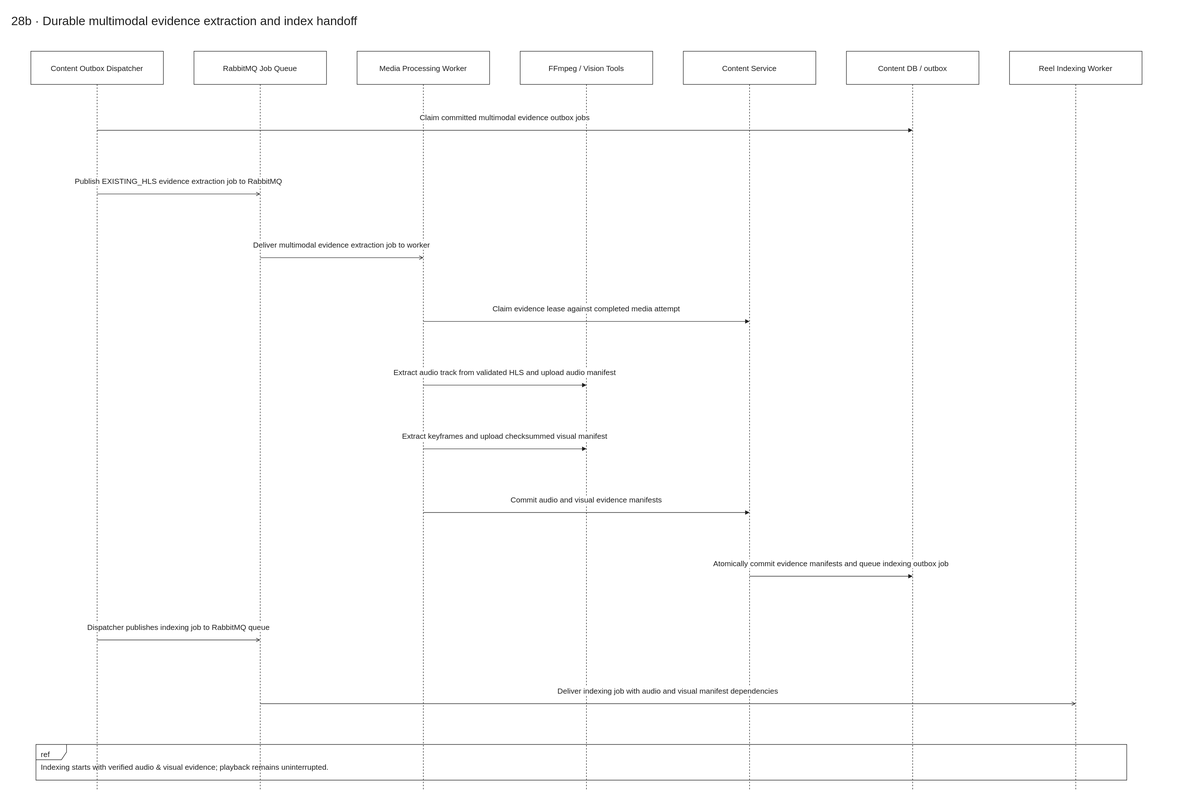
HieuCuteDangYeu/velora-backend keeps this draw.io diagram as docs/diagrams/velora-current/importable-svg/28b-media-evidence-pipeline.drawio.svg. Above is the earlier version. Source tidied: cells renumbered, new cells last; positions are measured from the earlier drawing's top-left corner, leaving out a move shared by most shapes.
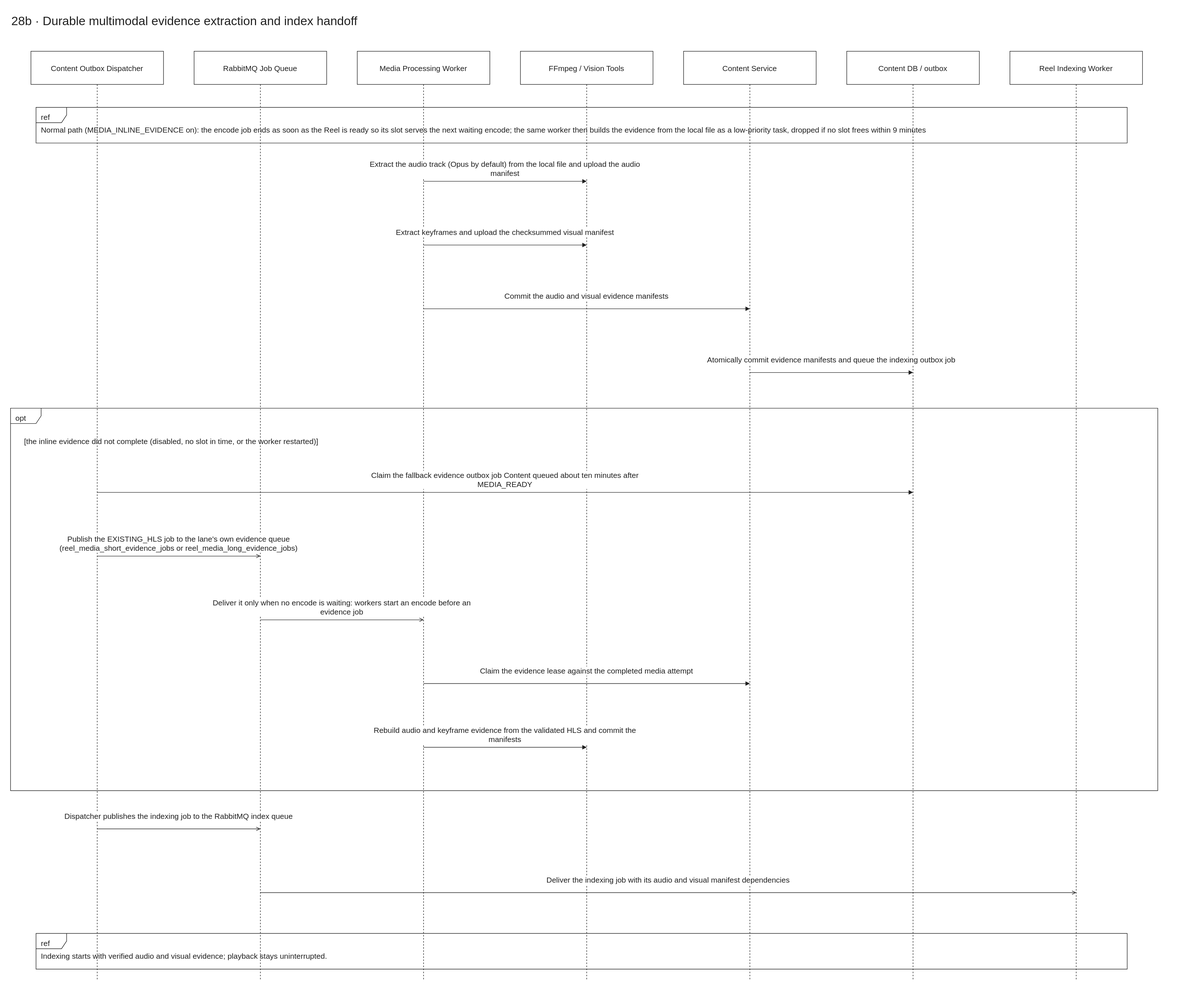
After the change.

Change to the diagram source:
```diff
@@ -2,48 +2,48 @@
   <root>
     <mxCell id="0" />
     <mxCell id="1" parent="0" />
+    <mxCell id="29" style="html=1;fontFamily=Arial;fontSize=15;fontColor=light-dark(#202020,#eeeeee);strokeColor=light-dark(#202020,#eeeeee);dashed=1;endArrow=none;" parent="1" edge="1">
+      <mxGeometry relative="1" as="geometry">
+        <mxPoint x="2090" y="145" as="sourcePoint" />
+        <mxPoint x="2090" y="1900" as="targetPoint" />
+      </mxGeometry>
+    </mxCell>
+    <mxCell id="30" style="html=1;fontFamily=Arial;fontSize=15;fontColor=light-dark(#202020,#eeeeee);strokeColor=light-dark(#202020,#eeeeee);dashed=1;endArrow=none;" parent="1" edge="1">
+      <mxGeometry relative="1" as="geometry">
+        <mxPoint x="1770" y="145" as="sourcePoint" />
+        <mxPoint x="1770" y="1900" as="targetPoint" />
+      </mxGeometry>
+    </mxCell>
+    <mxCell id="31" style="html=1;fontFamily=Arial;fontSize=15;fontColor=light-dark(#202020,#eeeeee);strokeColor=light-dark(#202020,#eeeeee);dashed=1;endArrow=none;" parent="1" edge="1">
+      <mxGeometry relative="1" as="geometry">
+        <mxPoint x="1450" y="145" as="sourcePoint" />
+        <mxPoint x="1450" y="1900" as="targetPoint" />
+      </mxGeometry>
+    </mxCell>
+    <mxCell id="32" style="html=1;fontFamily=Arial;fontSize=15;fontColor=light-dark(#202020,#eeeeee);strokeColor=light-dark(#202020,#eeeeee);dashed=1;endArrow=none;" parent="1" edge="1">
+      <mxGeometry relative="1" as="geometry">
+        <mxPoint x="1130" y="145" as="sourcePoint" />
+        <mxPoint x="1130" y="1900" as="targetPoint" />
+      </mxGeometry>
+    </mxCell>
+    <mxCell id="33" style="html=1;fontFamily=Arial;fontSize=15;fontColor=light-dark(#202020,#eeeeee);strokeColor=light-dark(#202020,#eeeeee);dashed=1;endArrow=none;" parent="1" edge="1">
+      <mxGeometry relative="1" as="geometry">
+        <mxPoint x="810" y="145" as="sourcePoint" />
+        <mxPoint x="810" y="1900" as="targetPoint" />
+      </mxGeometry>
+    </mxCell>
     <mxCell id="2" style="html=1;fontFamily=Arial;fontSize=15;fontColor=light-dark(#202020,#eeeeee);strokeColor=light-dark(#202020,#eeeeee);dashed=1;endArrow=none;" parent="1" edge="1">
       <mxGeometry relative="1" as="geometry">
-        <mxPoint x="2090" y="145" as="sourcePoint" />
-        <mxPoint x="2090" y="1530" as="targetPoint" />
+        <mxPoint x="490" y="145" as="sourcePoint" />
+        <mxPoint x="490" y="1900" as="targetPoint" />
       </mxGeometry>
     </mxCell>
     <mxCell id="3" style="html=1;fontFamily=Arial;fontSize=15;fontColor=light-dark(#202020,#eeeeee);strokeColor=light-dark(#202020,#eeeeee);dashed=1;endArrow=none;" parent="1" edge="1">
       <mxGeometry relative="1" as="geometry">
-        <mxPoint x="1770" y="145" as="sourcePoint" />
-        <mxPoint x="1770" y="1530" as="targetPoint" />
+        <mxPoint x="170" y="145" as="sourcePoint" />
+        <mxPoint x="170" y="1900" as="targetPoint" />
       </mxGeometry>
     </mxCell>
-    <mxCell id="4" style="html=1;fontFamily=Arial;fontSize=15;fontColor=light-dark(#202020,#eeeeee);strokeColor=light-dark(#202020,#eeeeee);dashed=1;endArrow=none;" parent="1" edge="1">
-      <mxGeometry relative="1" as="geometry">
-        <mxPoint x="1450" y="145" as="sourcePoint" />
-        <mxPoint x="1450" y="1530" as="targetPoint" />
-      </mxGeometry>
-    </mxCell>
-    <mxCell id="5" style="html=1;fontFamily=Arial;fontSize=15;fontColor=light-dark(#202020,#eeeeee);strokeColor=light-dark(#202020,#eeeeee);dashed=1;endArrow=none;" parent="1" edge="1">
-      <mxGeometry relative="1" as="geometry">
-        <mxPoint x="1130" y="145" as="sourcePoint" />
-        <mxPoint x="1130" y="1530" as="targetPoint" />
-      </mxGeometry>
-    </mxCell>
-    <mxCell id="6" style="html=1;fontFamily=Arial;fontSize=15;fontColor=light-dark(#202020,#eeeeee);strokeColor=light-dark(#202020,#eeeeee);dashed=1;endArrow=none;" parent="1" edge="1">
-      <mxGeometry relative="1" as="geometry">
-        <mxPoint x="810" y="145" as="sourcePoint" />
-        <mxPoint x="810" y="1530" as="targetPoint" />
-      </mxGeometry>
-    </mxCell>
-    <mxCell id="7" style="html=1;fontFamily=Arial;fontSize=15;fontColor=light-dark(#202020,#eeeeee);strokeColor=light-dark(#202020,#eeeeee);dashed=1;endArrow=none;" parent="1" edge="1">
-      <mxGeometry relative="1" as="geometry">
-        <mxPoint x="490" y="145" as="sourcePoint" />
-        <mxPoint x="490" y="1530" as="targetPoint" />
-      </mxGeometry>
-    </mxCell>
-    <mxCell id="8" style="html=1;fontFamily=Arial;fontSize=15;fontColor=light-dark(#202020,#eeeeee);strokeColor=light-dark(#202020,#eeeeee);dashed=1;endArrow=none;" parent="1" edge="1">
-      <mxGeometry relative="1" as="geometry">
-        <mxPoint x="170" y="145" as="sourcePoint" />
-        <mxPoint x="170" y="1530" as="targetPoint" />
-      </mxGeometry>
-    </mxCell>
     <mxCell id="9" value="28b · Durable multimodal evidence extraction and index handoff" style="html=1;fontFamily=Arial;fontSize=15;fontColor=light-dark(#202020,#eeeeee);strokeColor=light-dark(#202020,#eeeeee);text;fontSize=24;align=left;strokeColor=none;fillColor=none;" parent="1" vertex="1">
       <mxGeometry width="2250" height="50" as="geometry" />
     </mxCell>
@@ -68,81 +68,100 @@
     <mxCell id="16" value="Reel Indexing Worker" style="html=1;fontFamily=Arial;fontSize=15;fontColor=light-dark(#202020,#eeeeee);strokeColor=light-dark(#202020,#eeeeee);rounded=0;fillColor=#ffffff;whiteSpace=wrap;align=center;verticalAlign=middle;" parent="1" vertex="1">
       <mxGeometry x="1960" y="80" width="260" height="65" as="geometry" />
     </mxCell>
-    <mxCell id="17" value="Claim committed multimodal evidence outbox jobs" style="html=1;fontFamily=Arial;fontSize=15;fontColor=light-dark(#202020,#eeeeee);strokeColor=light-dark(#202020,#eeeeee);endArrow=block;endFill=1;labelBackgroundColor=#ffffff;labelWidth=550;whiteSpace=wrap;align=center;" parent="1" edge="1">
-      <mxGeometry relative="1" as="geometry">
-        <mxPoint x="170" y="235" as="sourcePoint" />
-        <mxPoint x="1770" y="235" as="targetPoint" />
-        <mxPoint y="-25" as="offset" />
-      </mxGeometry>
+    <mxCell id="17" value="ref" style="html=1;fontFamily=Arial;fontSize=15;fontColor=light-dark(#202020,#eeeeee);strokeColor=light-dark(#202020,#eeeeee);shape=umlFrame;fillColor=light-dark(#ffffff,#181818);align=left;verticalAlign=top;spacingLeft=8;spacingTop=4;" parent="1" vertex="1">
+      <mxGeometry x="50" y="190" width="2140" height="70" as="geometry" />
     </mxCell>
-    <mxCell id="18" value="Publish EXISTING_HLS evidence extraction job to RabbitMQ" style="html=1;fontFamily=Arial;fontSize=15;fontColor=light-dark(#202020,#eeeeee);strokeColor=light-dark(#202020,#eeeeee);endArrow=open;endFill=0;labelBackgroundColor=#ffffff;labelWidth=550;whiteSpace=wrap;align=center;" parent="1" edge="1">
-      <mxGeometry relative="1" as="geometry">
-        <mxPoint x="170" y="360" as="sourcePoint" />
-        <mxPoint x="490" y="360" as="targetPoint" />
-        <mxPoint y="-25" as="offset" />
-      </mxGeometry>
+    <mxCell id="18" value="Normal path (MEDIA_INLINE_EVIDENCE on): the encode job ends as soon as the Reel is ready so its slot serves the next waiting encode; the same worker then builds the evidence from the local file as a low-priority task, dropped if no slot frees within 9 minutes" style="html=1;fontFamily=Arial;fontSize=15;fontColor=light-dark(#202020,#eeeeee);strokeColor=light-dark(#202020,#eeeeee);text;whiteSpace=wrap;align=left;verticalAlign=middle;strokeColor=none;fillColor=none;" parent="1" vertex="1">
+      <mxGeometry x="58" y="212" width="2120" height="44" as="geometry" />
     </mxCell>
-    <mxCell id="19" value="Deliver multimodal evidence extraction job to worker" style="html=1;fontFamily=Arial;fontSize=15;fontColor=light-dark(#202020,#eeeeee);strokeColor=light-dark(#202020,#eeeeee);endArrow=open;endFill=0;labelBackgroundColor=#ffffff;labelWidth=550;whiteSpace=wrap;align=center;" parent="1" edge="1">
+    <mxCell id="19" value="Extract the audio track (Opus by default) from the local file and upload the audio manifest" style="html=1;fontFamily=Arial;fontSize=15;fontColor=light-dark(#202020,#eeeeee);strokeColor=light-dark(#202020,#eeeeee);endArrow=block;endFill=1;labelBackgroundColor=#ffffff;labelWidth=550;whiteSpace=wrap;align=center;" parent="1" edge="1">
       <mxGeometry relative="1" as="geometry">
-        <mxPoint x="490" y="485" as="sourcePoint" />
-        <mxPoint x="810" y="485" as="targetPoint" />
+        <mxPoint x="810" y="335" as="sourcePoint" />
+        <mxPoint x="1130" y="335" as="targetPoint" />
         <mxPoint y="-25" as="offset" />
       </mxGeometry>
     </mxCell>
-    <mxCell id="20" value="Claim evidence lease against completed media attempt" style="html=1;fontFamily=Arial;fontSize=15;fontColor=light-dark(#202020,#eeeeee);strokeColor=light-dark(#202020,#eeeeee);endArrow=block;endFill=1;labelBackgroundColor=#ffffff;labelWidth=550;whiteSpace=wrap;align=center;" parent="1" edge="1">
+    <mxCell id="20" value="Extract keyframes and upload the checksummed visual manifest" style="html=1;fontFamily=Arial;fontSize=15;fontColor=light-dark(#202020,#eeeeee);strokeColor=light-dark(#202020,#eeeeee);endArrow=block;endFill=1;labelBackgroundColor=#ffffff;labelWidth=550;whiteSpace=wrap;align=center;" parent="1" edge="1">
       <mxGeometry relative="1" as="geometry">
-        <mxPoint x="810" y="610" as="sourcePoint" />
-        <mxPoint x="1450" y="610" as="targetPoint" />
+        <mxPoint x="810" y="460" as="sourcePoint" />
+        <mxPoint x="1130" y="460" as="targetPoint" />
         <mxPoint y="-25" as="offset" />
       </mxGeometry>
     </mxCell>
-    <mxCell id="21" value="Extract audio track from validated HLS and upload audio manifest" style="html=1;fontFamily=Arial;fontSize=15;fontColor=light-dark(#202020,#eeeeee);strokeColor=light-dark(#202020,#eeeeee);endArrow=block;endFill=1;labelBackgroundColor=#ffffff;labelWidth=550;whiteSpace=wrap;align=center;" parent="1" edge="1">
+    <mxCell id="21" value="Commit the audio and visual evidence manifests" style="html=1;fontFamily=Arial;fontSize=15;fontColor=light-dark(#202020,#eeeeee);strokeColor=light-dark(#202020,#eeeeee);endArrow=block;endFill=1;labelBackgroundColor=#ffffff;labelWidth=550;whiteSpace=wrap;align=center;" parent="1" edge="1">
       <mxGeometry relative="1" as="geometry">
-        <mxPoint x="810" y="735" as="sourcePoint" />
-        <mxPoint x="1130" y="735" as="targetPoint" />
+        <mxPoint x="810" y="585" as="sourcePoint" />
+        <mxPoint x="1450" y="585" as="targetPoint" />
         <mxPoint y="-25" as="offset" />
       </mxGeometry>
     </mxCell>
-    <mxCell id="22" value="Extract keyframes and upload checksummed visual manifest" style="html=1;fontFamily=Arial;fontSize=15;fontColor=light-dark(#202020,#eeeeee);strokeColor=light-dark(#202020,#eeeeee);endArrow=block;endFill=1;labelBackgroundColor=#ffffff;labelWidth=550;whiteSpace=wrap;align=center;" parent="1" edge="1">
+    <mxCell id="22" value="Atomically commit evidence manifests and queue the indexing outbox job" style="html=1;fontFamily=Arial;fontSize=15;fontColor=light-dark(#202020,#eeeeee);strokeColor=light-dark(#202020,#eeeeee);endArrow=block;endFill=1;labelBackgroundColor=#ffffff;labelWidth=550;whiteSpace=wrap;align=center;" parent="1" edge="1">
       <mxGeometry relative="1" as="geometry">
-        <mxPoint x="810" y="860" as="sourcePoint" />
-        <mxPoint x="1130" y="860" as="targetPoint" />
+        <mxPoint x="1450" y="710" as="sourcePoint" />
+        <mxPoint x="1770" y="710" as="targetPoint" />
         <mxPoint y="-25" as="offset" />
       </mxGeometry>
     </mxCell>
-    <mxCell id="23" value="Commit audio and visual evidence manifests" style="html=1;fontFamily=Arial;fontSize=15;fontColor=light-dark(#202020,#eeeeee);strokeColor=light-dark(#202020,#eeeeee);endArrow=block;endFill=1;labelBackgroundColor=#ffffff;labelWidth=550;whiteSpace=wrap;align=center;" parent="1" edge="1">
-      <mxGeometry relative="1" as="geometry">
-        <mxPoint x="810" y="985" as="sourcePoint" />
-        <mxPoint x="1450" y="985" as="targetPoint" />
-        <mxPoint y="-25" as="offset" />
-      </mxGeometry>
+    <mxCell id="23" value="opt" style="html=1;fontFamily=Arial;fontSize=15;fontColor=light-dark(#202020,#eeeeee);strokeColor=light-dark(#202020,#eeeeee);shape=umlFrame;fillColor=none;align=left;verticalAlign=top;spacingLeft=8;spacingTop=4;" parent="1" vertex="1">
+      <mxGeometry y="780" width="2250" height="750" as="geometry" />
     </mxCell>
-    <mxCell id="24" value="Atomically commit evidence manifests and queue indexing outbox job" style="html=1;fontFamily=Arial;fontSize=15;fontColor=light-dark(#202020,#eeeeee);strokeColor=light-dark(#202020,#eeeeee);endArrow=block;endFill=1;labelBackgroundColor=#ffffff;labelWidth=550;whiteSpace=wrap;align=center;" parent="1" edge="1">
-      <mxGeometry relative="1" as="geometry">
-        <mxPoint x="1450" y="1110" as="sourcePoint" />
-        <mxPoint x="1770" y="1110" as="targetPoint" />
-        <mxPoint y="-25" as="offset" />
-      </mxGeometry>
+    <mxCell id="24" value="[the inline evidence did not complete (disabled, no slot in time, or the worker restarted)]" style="html=1;fontFamily=Arial;fontSize=15;fontColor=light-dark(#202020,#eeeeee);strokeColor=light-dark(#202020,#eeeeee);text;whiteSpace=wrap;align=left;strokeColor=none;fillColor=none;" parent="1" vertex="1">
+      <mxGeometry x="25" y="830" width="2190" height="45" as="geometry" />
     </mxCell>
-    <mxCell id="25" value="Dispatcher publishes indexing job to RabbitMQ queue" style="html=1;fontFamily=Arial;fontSize=15;fontColor=light-dark(#202020,#eeeeee);strokeColor=light-dark(#202020,#eeeeee);endArrow=open;endFill=0;labelBackgroundColor=#ffffff;labelWidth=550;whiteSpace=wrap;align=center;" parent="1" edge="1">
+    <mxCell id="25" value="Claim the fallback evidence outbox job Content queued about ten minutes after MEDIA_READY" style="html=1;fontFamily=Arial;fontSize=15;fontColor=light-dark(#202020,#eeeeee);strokeColor=light-dark(#202020,#eeeeee);endArrow=block;endFill=1;labelBackgroundColor=#ffffff;labelWidth=550;whiteSpace=wrap;align=center;" parent="1" edge="1">
       <mxGeometry relative="1" as="geometry">
-        <mxPoint x="170" y="1235" as="sourcePoint" />
-        <mxPoint x="490" y="1235" as="targetPoint" />
+        <mxPoint x="170" y="945" as="sourcePoint" />
+        <mxPoint x="1770" y="945" as="targetPoint" />
         <mxPoint y="-25" as="offset" />
       </mxGeometry>
     </mxCell>
-    <mxCell id="26" value="Deliver indexing job with audio and visual manifest dependencies" style="html=1;fontFamily=Arial;fontSize=15;fontColor=light-dark(#202020,#eeeeee);strokeColor=light-dark(#202020,#eeeeee);endArrow=open;endFill=0;labelBackgroundColor=#ffffff;labelWidth=550;whiteSpace=wrap;align=center;" parent="1" edge="1">
+    <mxCell id="26" value="Publish the EXISTING_HLS job to the lane&amp;#x27;s own evidence queue (reel_media_short_evidence_jobs or reel_media_long_evidence_jobs)" style="html=1;fontFamily=Arial;fontSize=15;fontColor=light-dark(#202020,#eeeeee);strokeColor=light-dark(#202020,#eeeeee);endArrow=open;endFill=0;labelBackgroundColor=#ffffff;labelWidth=550;whiteSpace=wrap;align=center;" parent="1" edge="1">
       <mxGeometry relative="1" as="geometry">
-        <mxPoint x="490" y="1360" as="sourcePoint" />
-        <mxPoint x="2090" y="1360" as="targetPoint" />
+        <mxPoint x="170" y="1070" as="sourcePoint" />
+        <mxPoint x="490" y="1070" as="targetPoint" />
         <mxPoint y="-25" as="offset" />
       </mxGeometry>
     </mxCell>
-    <mxCell id="27" value="ref" style="html=1;fontFamily=Arial;fontSize=15;fontColor=light-dark(#202020,#eeeeee);strokeColor=light-dark(#202020,#eeeeee);shape=umlFrame;fillColor=light-dark(#ffffff,#181818);align=left;verticalAlign=top;spacingLeft=8;spacingTop=4;" parent="1" vertex="1">
-      <mxGeometry x="50" y="1440" width="2140" height="70" as="geometry" />
+    <mxCell id="27" value="Deliver it only when no encode is waiting: workers start an encode before an evidence job" style="html=1;fontFamily=Arial;fontSize=15;fontColor=light-dark(#202020,#eeeeee);strokeColor=light-dark(#202020,#eeeeee);endArrow=open;endFill=0;labelBackgroundColor=#ffffff;labelWidth=550;whiteSpace=wrap;align=center;" parent="1" edge="1">
+      <mxGeometry relative="1" as="geometry">
+        <mxPoint x="490" y="1195" as="sourcePoint" />
+        <mxPoint x="810" y="1195" as="targetPoint" />
+        <mxPoint y="-25" as="offset" />
+      </mxGeometry>
     </mxCell>
-    <mxCell id="28" value="Indexing starts with verified audio &amp;amp; visual evidence; playback remains uninterrupted." style="html=1;fontFamily=Arial;fontSize=15;fontColor=light-dark(#202020,#eeeeee);strokeColor=light-dark(#202020,#eeeeee);text;whiteSpace=wrap;align=left;verticalAlign=middle;strokeColor=none;fillColor=none;" parent="1" vertex="1">
-      <mxGeometry x="58" y="1462" width="2120" height="44" as="geometry" />
+    <mxCell id="28" value="Claim the evidence lease against the completed media attempt" style="html=1;fontFamily=Arial;fontSize=15;fontColor=light-dark(#202020,#eeeeee);strokeColor=light-dark(#202020,#eeeeee);endArrow=block;endFill=1;labelBackgroundColor=#ffffff;labelWidth=550;whiteSpace=wrap;align=center;" parent="1" edge="1">
+      <mxGeometry relative="1" as="geometry">
+        <mxPoint x="810" y="1320" as="sourcePoint" />
+        <mxPoint x="1450" y="1320" as="targetPoint" />
+        <mxPoint y="-25" as="offset" />
+      </mxGeometry>
     </mxCell>
+    <mxCell id="34" value="Rebuild audio and keyframe evidence from the validated HLS and commit the manifests" style="html=1;fontFamily=Arial;fontSize=15;fontColor=light-dark(#202020,#eeeeee);strokeColor=light-dark(#202020,#eeeeee);endArrow=block;endFill=1;labelBackgroundColor=#ffffff;labelWidth=550;whiteSpace=wrap;align=center;" parent="1" edge="1">
+      <mxGeometry relative="1" as="geometry">
+        <mxPoint x="810" y="1445" as="sourcePoint" />
+        <mxPoint x="1130" y="1445" as="targetPoint" />
+        <mxPoint y="-25" as="offset" />
+      </mxGeometry>
+    </mxCell>
+    <mxCell id="35" value="Dispatcher publishes the indexing job to the RabbitMQ index queue" style="html=1;fontFamily=Arial;fontSize=15;fontColor=light-dark(#202020,#eeeeee);strokeColor=light-dark(#202020,#eeeeee);endArrow=open;endFill=0;labelBackgroundColor=#ffffff;labelWidth=550;whiteSpace=wrap;align=center;" parent="1" edge="1">
+      <mxGeometry relative="1" as="geometry">
+        <mxPoint x="170" y="1605" as="sourcePoint" />
+        <mxPoint x="490" y="1605" as="targetPoint" />
+        <mxPoint y="-25" as="offset" />
+      </mxGeometry>
+    </mxCell>
+    <mxCell id="36" value="Deliver the indexing job with its audio and visual manifest dependencies" style="html=1;fontFamily=Arial;fontSize=15;fontColor=light-dark(#202020,#eeeeee);strokeColor=light-dark(#202020,#eeeeee);endArrow=open;endFill=0;labelBackgroundColor=#ffffff;labelWidth=550;whiteSpace=wrap;align=center;" parent="1" edge="1">
+      <mxGeometry relative="1" as="geometry">
+        <mxPoint x="490" y="1730" as="sourcePoint" />
+        <mxPoint x="2090" y="1730" as="targetPoint" />
+        <mxPoint y="-25" as="offset" />
+      </mxGeometry>
+    </mxCell>
+    <mxCell id="37" value="ref" style="html=1;fontFamily=Arial;fontSize=15;fontColor=light-dark(#202020,#eeeeee);strokeColor=light-dark(#202020,#eeeeee);shape=umlFrame;fillColor=light-dark(#ffffff,#181818);align=left;verticalAlign=top;spacingLeft=8;spacingTop=4;" parent="1" vertex="1">
+      <mxGeometry x="50" y="1810" width="2140" height="70" as="geometry" />
+    </mxCell>
+    <mxCell id="38" value="Indexing starts with verified audio and visual evidence; playback stays uninterrupted." style="html=1;fontFamily=Arial;fontSize=15;fontColor=light-dark(#202020,#eeeeee);strokeColor=light-dark(#202020,#eeeeee);text;whiteSpace=wrap;align=left;verticalAlign=middle;strokeColor=none;fillColor=none;" parent="1" vertex="1">
+      <mxGeometry x="58" y="1832" width="2120" height="44" as="geometry" />
+    </mxCell>
   </root>
 </mxGraphModel>
```
